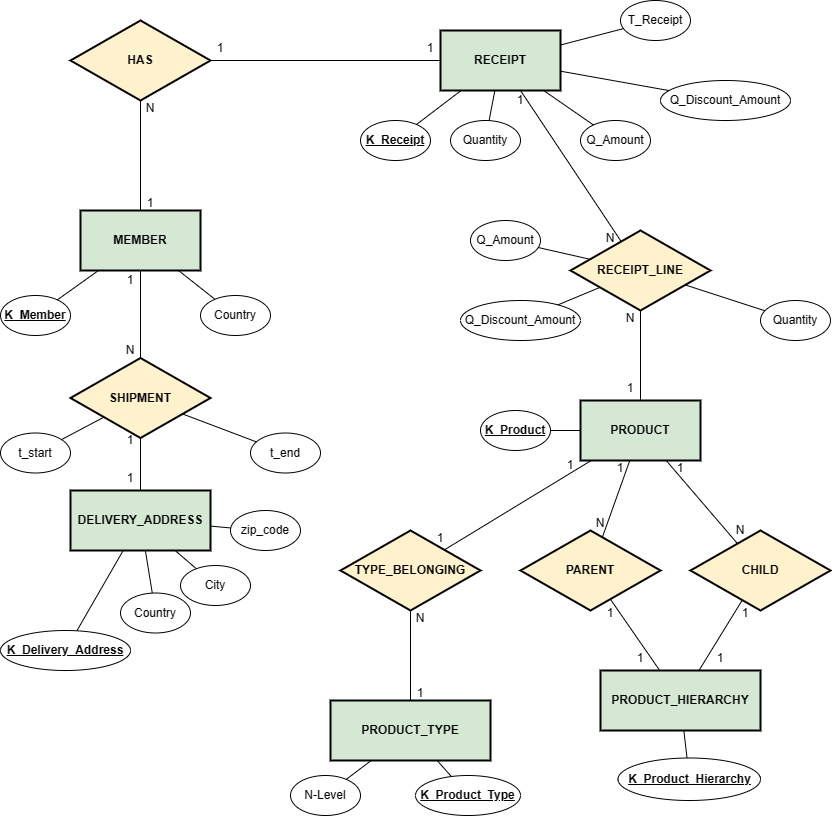
Above: resources/Diagrams/new ER Diagram.png in Tonio635/rfm_stream_builder-2.0 (draw.io), before the change. Source tidied: cells renumbered, new cells last; positions are measured from the earlier drawing's top-left corner, leaving out a move shared by most shapes.
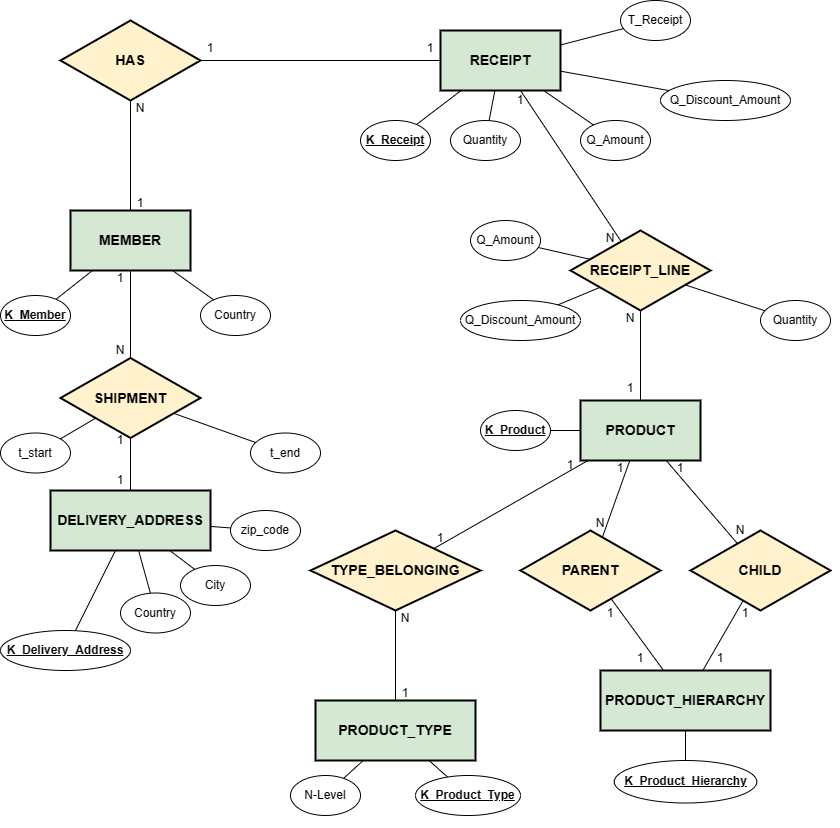
After the change.

Diff of the diagram source:
```diff
@@ -2,7 +2,7 @@
   <root>
     <mxCell id="0" />
     <mxCell id="1" parent="0" />
-    <mxCell id="2" value="&lt;b&gt;PRODUCT&lt;/b&gt;" style="rounded=0;whiteSpace=wrap;html=1;fillColor=#d5e8d4;strokeColor=#000000;strokeWidth=2;" parent="1" vertex="1">
+    <mxCell id="2" value="&lt;b style=&quot;font-size: 14px;&quot;&gt;PRODUCT&lt;/b&gt;" style="rounded=0;whiteSpace=wrap;html=1;fillColor=#d5e8d4;strokeColor=#000000;strokeWidth=2;fontSize=14;" parent="1" vertex="1">
       <mxGeometry x="580" y="400" width="120" height="60" as="geometry" />
     </mxCell>
     <mxCell id="3" value="&lt;u&gt;&lt;b&gt;K_Product&lt;/b&gt;&lt;/u&gt;" style="ellipse;whiteSpace=wrap;html=1;" parent="1" vertex="1">
@@ -11,7 +11,7 @@
     <mxCell id="4" style="endArrow=none;html=1;rounded=0;" parent="1" edge="1" source="2" target="3">
       <mxGeometry relative="1" as="geometry" />
     </mxCell>
-    <mxCell id="5" value="RECEIPT_LINE" style="rhombus;whiteSpace=wrap;html=1;fillColor=#fff2cc;strokeColor=#000000;strokeWidth=2;fontStyle=1;" parent="1" vertex="1">
+    <mxCell id="5" value="RECEIPT_LINE" style="rhombus;whiteSpace=wrap;html=1;fillColor=#fff2cc;strokeColor=#000000;strokeWidth=2;fontStyle=1;fontSize=14;" parent="1" vertex="1">
       <mxGeometry x="570" y="230" width="140" height="80" as="geometry" />
     </mxCell>
     <mxCell id="6" value="Quantity" style="ellipse;whiteSpace=wrap;html=1;" parent="1" vertex="1">
@@ -41,7 +41,7 @@
     <mxCell id="14" value="1" style="text;html=1;strokeColor=none;fillColor=none;align=center;verticalAlign=middle;whiteSpace=wrap;rounded=0;" parent="1" vertex="1">
       <mxGeometry x="620" y="380" width="20" height="15" as="geometry" />
     </mxCell>
-    <mxCell id="15" value="&lt;b&gt;RECEIPT&lt;/b&gt;" style="rounded=0;whiteSpace=wrap;html=1;fillColor=#d5e8d4;strokeColor=#000000;strokeWidth=2;" parent="1" vertex="1">
+    <mxCell id="15" value="&lt;b style=&quot;font-size: 14px;&quot;&gt;&lt;font style=&quot;font-size: 14px;&quot;&gt;RECEIPT&lt;/font&gt;&lt;/b&gt;" style="rounded=0;whiteSpace=wrap;html=1;fillColor=#d5e8d4;strokeColor=#000000;strokeWidth=2;fontSize=14;" parent="1" vertex="1">
       <mxGeometry x="440" y="30" width="120" height="60" as="geometry" />
     </mxCell>
     <mxCell id="16" value="&lt;b&gt;&lt;u&gt;K_Receipt&lt;/u&gt;&lt;/b&gt;" style="ellipse;whiteSpace=wrap;html=1;" parent="1" vertex="1">
@@ -83,29 +83,29 @@
     <mxCell id="28" value="N" style="text;html=1;strokeColor=none;fillColor=none;align=center;verticalAlign=middle;whiteSpace=wrap;rounded=0;" parent="1" vertex="1">
       <mxGeometry x="600" y="230" width="20" height="15" as="geometry" />
     </mxCell>
-    <mxCell id="29" value="HAS" style="rhombus;whiteSpace=wrap;html=1;fillColor=#fff2cc;strokeColor=#000000;strokeWidth=2;fontStyle=1;" parent="1" vertex="1">
-      <mxGeometry x="70" y="20" width="140" height="80" as="geometry" />
+    <mxCell id="29" value="HAS" style="rhombus;whiteSpace=wrap;html=1;fillColor=#fff2cc;strokeColor=#000000;strokeWidth=2;fontStyle=1;fontSize=14;" parent="1" vertex="1">
+      <mxGeometry x="60" y="20" width="140" height="80" as="geometry" />
     </mxCell>
     <mxCell id="30" style="endArrow=none;html=1;rounded=0;" parent="1" edge="1" source="29" target="15">
       <mxGeometry relative="1" as="geometry" />
     </mxCell>
     <mxCell id="31" value="1" style="text;html=1;strokeColor=none;fillColor=none;align=center;verticalAlign=middle;whiteSpace=wrap;rounded=0;" parent="1" vertex="1">
-      <mxGeometry x="210" y="40" width="20" height="15" as="geometry" />
+      <mxGeometry x="200" y="40" width="20" height="15" as="geometry" />
     </mxCell>
     <mxCell id="32" value="1" style="text;html=1;strokeColor=none;fillColor=none;align=center;verticalAlign=middle;whiteSpace=wrap;rounded=0;" parent="1" vertex="1">
       <mxGeometry x="420" y="40" width="20" height="15" as="geometry" />
     </mxCell>
-    <mxCell id="33" value="&lt;b&gt;MEMBER&lt;/b&gt;" style="rounded=0;whiteSpace=wrap;html=1;fillColor=#d5e8d4;strokeColor=#000000;strokeWidth=2;" parent="1" vertex="1">
-      <mxGeometry x="80" y="210" width="120" height="60" as="geometry" />
+    <mxCell id="33" value="&lt;b style=&quot;font-size: 14px;&quot;&gt;MEMBER&lt;/b&gt;" style="rounded=0;whiteSpace=wrap;html=1;fillColor=#d5e8d4;strokeColor=#000000;strokeWidth=2;fontSize=14;" parent="1" vertex="1">
+      <mxGeometry x="70" y="210" width="120" height="60" as="geometry" />
     </mxCell>
     <mxCell id="34" style="endArrow=none;html=1;rounded=0;" parent="1" edge="1" source="29" target="33">
       <mxGeometry relative="1" as="geometry" />
     </mxCell>
     <mxCell id="35" value="N" style="text;html=1;strokeColor=none;fillColor=none;align=center;verticalAlign=middle;whiteSpace=wrap;rounded=0;" parent="1" vertex="1">
-      <mxGeometry x="140" y="100" width="20" height="15" as="geometry" />
+      <mxGeometry x="130" y="100" width="20" height="15" as="geometry" />
     </mxCell>
     <mxCell id="36" value="1" style="text;html=1;strokeColor=none;fillColor=none;align=center;verticalAlign=middle;whiteSpace=wrap;rounded=0;" parent="1" vertex="1">
-      <mxGeometry x="140" y="195" width="20" height="15" as="geometry" />
+      <mxGeometry x="130" y="195" width="20" height="15" as="geometry" />
     </mxCell>
     <mxCell id="37" value="&lt;b&gt;&lt;u&gt;K_Member&lt;br&gt;&lt;/u&gt;&lt;/b&gt;" style="ellipse;whiteSpace=wrap;html=1;" parent="1" vertex="1">
       <mxGeometry y="295" width="70" height="40" as="geometry" />
@@ -119,20 +119,20 @@
     <mxCell id="40" style="endArrow=none;html=1;rounded=0;" parent="1" edge="1" source="39" target="33">
       <mxGeometry relative="1" as="geometry" />
     </mxCell>
-    <mxCell id="41" value="SHIPMENT" style="rhombus;whiteSpace=wrap;html=1;fillColor=#fff2cc;strokeColor=#000000;strokeWidth=2;fontStyle=1;" parent="1" vertex="1">
-      <mxGeometry x="70" y="357.5" width="140" height="80" as="geometry" />
+    <mxCell id="41" value="SHIPMENT" style="rhombus;whiteSpace=wrap;html=1;fillColor=#fff2cc;strokeColor=#000000;strokeWidth=2;fontStyle=1;fontSize=14;" parent="1" vertex="1">
+      <mxGeometry x="60" y="357.5" width="140" height="80" as="geometry" />
     </mxCell>
     <mxCell id="42" style="endArrow=none;html=1;rounded=0;" parent="1" edge="1" source="41" target="33">
       <mxGeometry relative="1" as="geometry" />
     </mxCell>
     <mxCell id="43" value="1" style="text;html=1;strokeColor=none;fillColor=none;align=center;verticalAlign=middle;whiteSpace=wrap;rounded=0;" parent="1" vertex="1">
-      <mxGeometry x="120" y="272.5" width="20" height="15" as="geometry" />
+      <mxGeometry x="110" y="270" width="20" height="15" as="geometry" />
     </mxCell>
     <mxCell id="44" value="N" style="text;html=1;strokeColor=none;fillColor=none;align=center;verticalAlign=middle;whiteSpace=wrap;rounded=0;" parent="1" vertex="1">
-      <mxGeometry x="120" y="342.5" width="20" height="15" as="geometry" />
+      <mxGeometry x="110" y="342.5" width="20" height="15" as="geometry" />
     </mxCell>
-    <mxCell id="45" value="&lt;b&gt;DELIVERY_ADDRESS&lt;/b&gt;" style="rounded=0;whiteSpace=wrap;html=1;fillColor=#d5e8d4;strokeColor=#000000;strokeWidth=2;" parent="1" vertex="1">
-      <mxGeometry x="70" y="490" width="140" height="60" as="geometry" />
+    <mxCell id="45" value="&lt;b style=&quot;font-size: 14px;&quot;&gt;DELIVERY_ADDRESS&lt;/b&gt;" style="rounded=0;whiteSpace=wrap;html=1;fillColor=#d5e8d4;strokeColor=#000000;strokeWidth=2;fontSize=14;" parent="1" vertex="1">
+      <mxGeometry x="50" y="490" width="160" height="60" as="geometry" />
     </mxCell>
     <mxCell id="46" value="&lt;b&gt;&lt;u&gt;K_Delivery_Address&lt;/u&gt;&lt;/b&gt;" style="ellipse;whiteSpace=wrap;html=1;" parent="1" vertex="1">
       <mxGeometry y="630" width="130" height="40" as="geometry" />
@@ -150,10 +150,10 @@
       <mxGeometry relative="1" as="geometry" />
     </mxCell>
     <mxCell id="51" value="1" style="text;html=1;strokeColor=none;fillColor=none;align=center;verticalAlign=middle;whiteSpace=wrap;rounded=0;" parent="1" vertex="1">
-      <mxGeometry x="120" y="432.5" width="20" height="15" as="geometry" />
+      <mxGeometry x="110" y="432.5" width="20" height="15" as="geometry" />
     </mxCell>
     <mxCell id="52" value="1" style="text;html=1;strokeColor=none;fillColor=none;align=center;verticalAlign=middle;whiteSpace=wrap;rounded=0;" parent="1" vertex="1">
-      <mxGeometry x="120" y="470" width="20" height="15" as="geometry" />
+      <mxGeometry x="110" y="472.5" width="20" height="15" as="geometry" />
     </mxCell>
     <mxCell id="53" value="City" style="ellipse;whiteSpace=wrap;html=1;" parent="1" vertex="1">
       <mxGeometry x="180" y="565" width="70" height="40" as="geometry" />
@@ -179,17 +179,17 @@
     <mxCell id="60" style="endArrow=none;html=1;rounded=0;" parent="1" edge="1" source="59" target="41">
       <mxGeometry relative="1" as="geometry" />
     </mxCell>
-    <mxCell id="61" value="PARENT" style="rhombus;whiteSpace=wrap;html=1;fillColor=#fff2cc;strokeColor=#000000;strokeWidth=2;fontStyle=1;" parent="1" vertex="1">
+    <mxCell id="61" value="PARENT" style="rhombus;whiteSpace=wrap;html=1;fillColor=#fff2cc;strokeColor=#000000;strokeWidth=2;fontStyle=1;fontSize=14;" parent="1" vertex="1">
       <mxGeometry x="520" y="530" width="140" height="80" as="geometry" />
     </mxCell>
-    <mxCell id="62" value="&lt;b&gt;PRODUCT_HIERARCHY&lt;/b&gt;" style="rounded=0;whiteSpace=wrap;html=1;fillColor=#d5e8d4;strokeColor=#000000;strokeWidth=2;" parent="1" vertex="1">
-      <mxGeometry x="600" y="670" width="160" height="60" as="geometry" />
+    <mxCell id="62" value="&lt;b style=&quot;font-size: 14px;&quot;&gt;PRODUCT_HIERARCHY&lt;/b&gt;" style="rounded=0;whiteSpace=wrap;html=1;fillColor=#d5e8d4;strokeColor=#000000;strokeWidth=2;fontSize=14;" parent="1" vertex="1">
+      <mxGeometry x="600" y="670" width="170" height="60" as="geometry" />
     </mxCell>
-    <mxCell id="63" value="TYPE_BELONGING" style="rhombus;whiteSpace=wrap;html=1;fillColor=#fff2cc;strokeColor=#000000;strokeWidth=2;fontStyle=1;" parent="1" vertex="1">
-      <mxGeometry x="340" y="530" width="140" height="80" as="geometry" />
+    <mxCell id="63" value="TYPE_BELONGING" style="rhombus;whiteSpace=wrap;html=1;fillColor=#fff2cc;strokeColor=#000000;strokeWidth=2;fontStyle=1;fontSize=14;" parent="1" vertex="1">
+      <mxGeometry x="310" y="530" width="170" height="80" as="geometry" />
     </mxCell>
-    <mxCell id="64" value="&lt;b&gt;PRODUCT_TYPE&lt;br&gt;&lt;/b&gt;" style="rounded=0;whiteSpace=wrap;html=1;fillColor=#d5e8d4;strokeColor=#000000;strokeWidth=2;" parent="1" vertex="1">
-      <mxGeometry x="330" y="700" width="160" height="60" as="geometry" />
+    <mxCell id="64" value="&lt;b style=&quot;font-size: 14px;&quot;&gt;PRODUCT_TYPE&lt;br style=&quot;font-size: 14px;&quot;&gt;&lt;/b&gt;" style="rounded=0;whiteSpace=wrap;html=1;fillColor=#d5e8d4;strokeColor=#000000;strokeWidth=2;fontSize=14;" parent="1" vertex="1">
+      <mxGeometry x="315" y="700" width="160" height="60" as="geometry" />
     </mxCell>
     <mxCell id="65" value="N-Level" style="ellipse;whiteSpace=wrap;html=1;" parent="1" vertex="1">
       <mxGeometry x="290" y="775" width="70" height="40" as="geometry" />
@@ -198,7 +198,7 @@
       <mxGeometry relative="1" as="geometry" />
     </mxCell>
     <mxCell id="67" value="K_Product_Hierarchy" style="ellipse;whiteSpace=wrap;html=1;fontStyle=5;" parent="1" vertex="1">
-      <mxGeometry x="617.5" y="757.5" width="142.5" height="42.5" as="geometry" />
+      <mxGeometry x="613.8" y="760" width="142.5" height="42.5" as="geometry" />
     </mxCell>
     <mxCell id="68" style="endArrow=none;html=1;rounded=0;" parent="1" edge="1" source="67" target="62">
       <mxGeometry relative="1" as="geometry" />
@@ -213,15 +213,15 @@
       <mxGeometry x="430" y="530" width="20" height="15" as="geometry" />
     </mxCell>
     <mxCell id="72" value="1" style="text;html=1;strokeColor=none;fillColor=none;align=center;verticalAlign=middle;whiteSpace=wrap;rounded=0;" parent="1" vertex="1">
-      <mxGeometry x="410" y="685" width="20" height="15" as="geometry" />
+      <mxGeometry x="395" y="685" width="20" height="15" as="geometry" />
     </mxCell>
     <mxCell id="73" value="N" style="text;html=1;strokeColor=none;fillColor=none;align=center;verticalAlign=middle;whiteSpace=wrap;rounded=0;" parent="1" vertex="1">
-      <mxGeometry x="410" y="610" width="20" height="15" as="geometry" />
+      <mxGeometry x="395" y="610" width="20" height="15" as="geometry" />
     </mxCell>
     <mxCell id="74" value="1" style="text;html=1;strokeColor=none;fillColor=none;align=center;verticalAlign=middle;whiteSpace=wrap;rounded=0;" parent="1" vertex="1">
       <mxGeometry x="560" y="457.5" width="20" height="15" as="geometry" />
     </mxCell>
-    <mxCell id="75" value="CHILD" style="rhombus;whiteSpace=wrap;html=1;fillColor=#fff2cc;strokeColor=#000000;strokeWidth=2;fontStyle=1;" parent="1" vertex="1">
+    <mxCell id="75" value="CHILD" style="rhombus;whiteSpace=wrap;html=1;fillColor=#fff2cc;strokeColor=#000000;strokeWidth=2;fontStyle=1;fontSize=14;" parent="1" vertex="1">
       <mxGeometry x="690" y="530" width="140" height="80" as="geometry" />
     </mxCell>
     <mxCell id="76" style="endArrow=none;html=1;rounded=0;" parent="1" edge="1" source="61" target="62">
```
